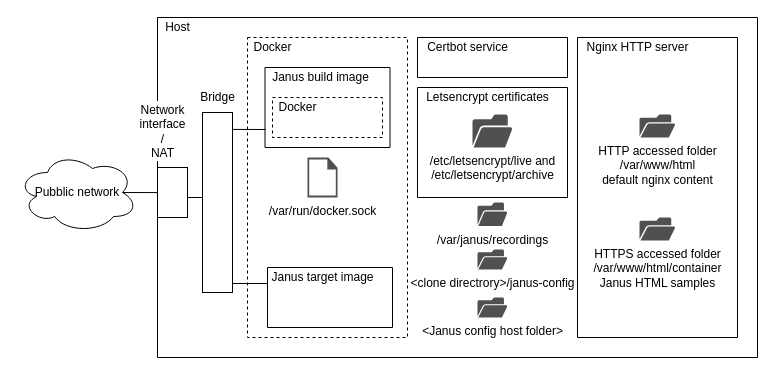
The draw.io diagram doc/host_setup.drawio in bartbalaz/janus-container, before the edit. Source tidied: cells renumbered, new cells numbered last; positions are measured from the earlier drawing's top-left corner, leaving out a move shared by most shapes. Both pictures are drawn from the tidied source at 100%, with x=0, y=0 at pixel (17, 17).
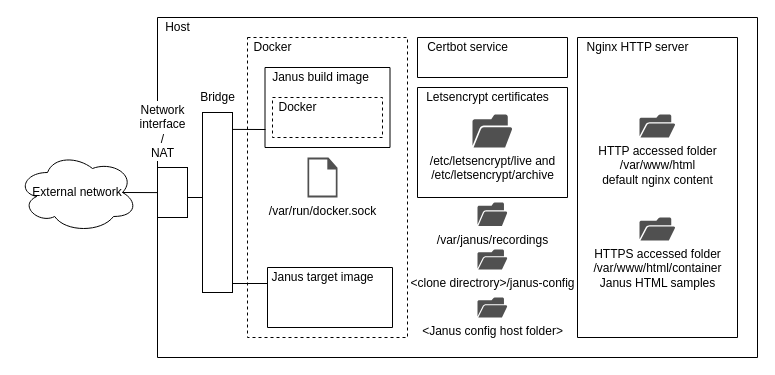
After the change.

Commit message (it also covers changes not shown here):
Updating setup instructions

Diff of the diagram source:
```diff
@@
-    <mxCell id="30" value="Pubblic network" style="ellipse;shape=cloud;whiteSpace=wrap;html=1;fillColor=#ffffff;" parent="1" vertex="1">
+    <mxCell id="30" value="External network" style="ellipse;shape=cloud;whiteSpace=wrap;html=1;fillColor=#ffffff;" parent="1" vertex="1">
       <mxGeometry y="135" width="120" height="80" as="geometry" />
     </mxCell>
```
